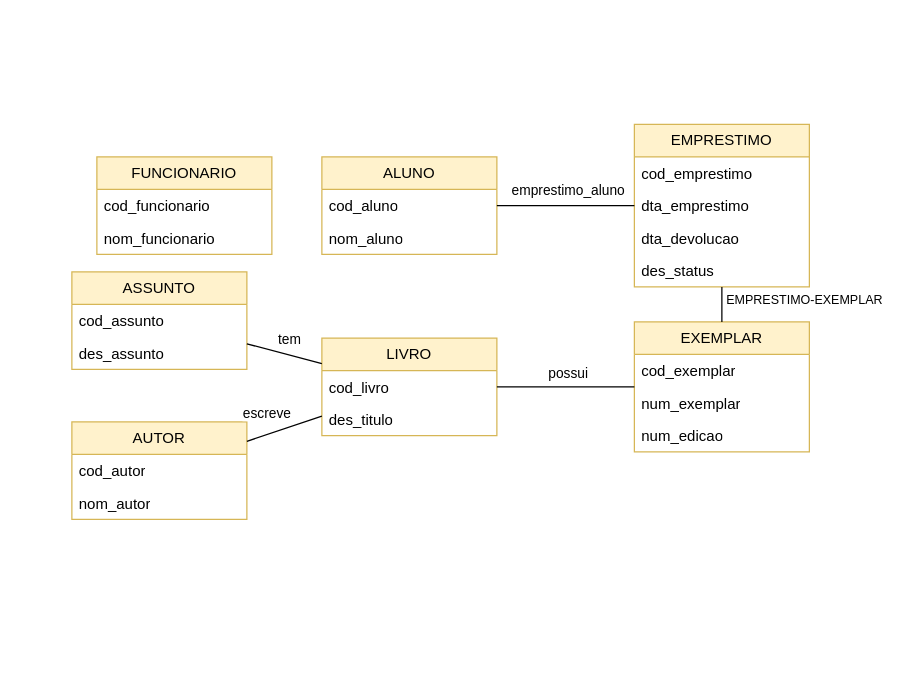
This is vendadeprodutos.drawio from NicolasKevin2/BD, a draw.io file, before an edit. Source tidied: cells renumbered, new cells numbered last; positions are measured from the earlier drawing's top-left corner, leaving out a move shared by most shapes. Both pictures are drawn from the tidied source at 125%, with x=0, y=0 at pixel (71, 124).
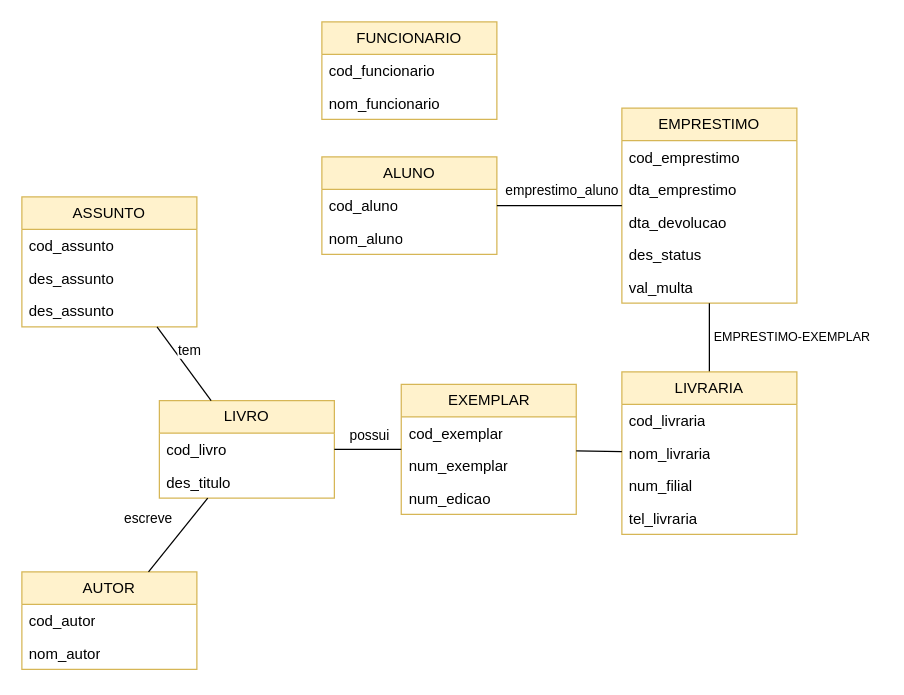
The same page after the edit.

The change refers to these unchanged cells:
```xml
<mxCell id="14" style="endArrow=none;html=1;rounded=0;" parent="1" edge="1" source="8" target="5">
  <mxGeometry relative="1" as="geometry" />
</mxCell>
```

Change to the diagram source:
```diff
@@
     <mxCell id="5" value="AUTOR" style="swimlane;fontStyle=0;horizontal=1;startSize=26;fillColor=#fff2cc;whiteSpace=wrap;html=1;strokeColor=#d6b656;" parent="1" vertex="1">
-      <mxGeometry y="238" width="140" height="78" as="geometry" />
+      <mxGeometry x="-40" y="358" width="140" height="78" as="geometry" />
     </mxCell>
@@
     <mxCell id="8" value="LIVRO" style="swimlane;fontStyle=0;horizontal=1;startSize=26;fillColor=#fff2cc;whiteSpace=wrap;html=1;strokeColor=#d6b656;" parent="1" vertex="1">
-      <mxGeometry x="200" y="171" width="140" height="78" as="geometry" />
+      <mxGeometry x="70" y="221" width="140" height="78" as="geometry" />
     </mxCell>
@@
     <mxCell id="11" value="FUNCIONARIO" style="swimlane;fontStyle=0;horizontal=1;startSize=26;fillColor=#fff2cc;whiteSpace=wrap;html=1;strokeColor=#d6b656;" parent="1" vertex="1">
-      <mxGeometry x="20" y="26" width="140" height="78" as="geometry" />
+      <mxGeometry x="200" y="-82" width="140" height="78" as="geometry" />
     </mxCell>
@@
     <mxCell id="15" value="escreve" style="edgeLabel;html=1;align=center;verticalAlign=middle;" parent="14" vertex="1">
       <mxGeometry x="-0.17" y="2" relative="1" as="geometry">
-        <mxPoint x="-20" y="-13" as="offset" />
+        <mxPoint x="-30" y="-10" as="offset" />
       </mxGeometry>
     </mxCell>
     <mxCell id="16" value="EMPRESTIMO" style="swimlane;fontStyle=0;horizontal=1;startSize=26;fillColor=#fff2cc;whiteSpace=wrap;html=1;strokeColor=#d6b656;" parent="1" vertex="1">
-      <mxGeometry x="450" width="140" height="130" as="geometry" />
+      <mxGeometry x="440" y="-13" width="140" height="156" as="geometry" />
     </mxCell>
@@
+    <mxCell id="36" value="val_multa" style="text;strokeColor=none;fillColor=none;align=left;verticalAlign=top;spacingLeft=4;spacingRight=4;overflow=hidden;whiteSpace=wrap;html=1;" parent="16" vertex="1">
+      <mxGeometry y="130" width="140" height="26" as="geometry" />
+    </mxCell>
     <mxCell id="21" value="EXEMPLAR" style="swimlane;fontStyle=0;horizontal=1;startSize=26;fillColor=#fff2cc;whiteSpace=wrap;html=1;strokeColor=#d6b656;" parent="1" vertex="1">
-      <mxGeometry x="450" y="158" width="140" height="104" as="geometry" />
+      <mxGeometry x="263.5" y="208" width="140" height="104" as="geometry" />
     </mxCell>
@@
     <mxCell id="27" value="ASSUNTO" style="swimlane;fontStyle=0;horizontal=1;startSize=26;fillColor=#fff2cc;whiteSpace=wrap;html=1;strokeColor=#d6b656;" parent="1" vertex="1">
-      <mxGeometry y="118" width="140" height="78" as="geometry" />
+      <mxGeometry x="-40" y="58" width="140" height="104" as="geometry" />
     </mxCell>
@@
+    <mxCell id="37" value="des_assunto" style="text;strokeColor=none;fillColor=none;align=left;verticalAlign=top;spacingLeft=4;spacingRight=4;overflow=hidden;whiteSpace=wrap;html=1;" parent="27" vertex="1">
+      <mxGeometry y="78" width="140" height="26" as="geometry" />
+    </mxCell>
@@
-    <mxCell id="34" style="endArrow=none;html=1;rounded=0;edgeStyle=elbowEdgeStyle;" parent="1" edge="1" source="21" target="16">
+    <mxCell id="34" style="endArrow=none;html=1;rounded=0;edgeStyle=elbowEdgeStyle;" parent="1" edge="1" source="38" target="16">
       <mxGeometry relative="1" as="geometry" />
     </mxCell>
@@
+    <mxCell id="38" value="LIVRARIA" style="swimlane;fontStyle=0;horizontal=1;startSize=26;fillColor=#fff2cc;whiteSpace=wrap;html=1;strokeColor=#d6b656;" parent="1" vertex="1">
+      <mxGeometry x="440" y="198" width="140" height="130" as="geometry" />
+    </mxCell>
+    <mxCell id="39" value="cod_livraria" style="text;strokeColor=none;fillColor=none;align=left;verticalAlign=top;spacingLeft=4;spacingRight=4;overflow=hidden;whiteSpace=wrap;html=1;" parent="38" vertex="1">
+      <mxGeometry y="26" width="140" height="26" as="geometry" />
+    </mxCell>
+    <mxCell id="40" value="nom_livraria" style="text;strokeColor=none;fillColor=none;align=left;verticalAlign=top;spacingLeft=4;spacingRight=4;overflow=hidden;whiteSpace=wrap;html=1;" parent="38" vertex="1">
+      <mxGeometry y="52" width="140" height="26" as="geometry" />
+    </mxCell>
+    <mxCell id="41" value="num_filial" style="text;strokeColor=none;fillColor=none;align=left;verticalAlign=top;spacingLeft=4;spacingRight=4;overflow=hidden;whiteSpace=wrap;html=1;" parent="38" vertex="1">
+      <mxGeometry y="78" width="140" height="26" as="geometry" />
+    </mxCell>
+    <mxCell id="42" value="tel_livraria" style="text;strokeColor=none;fillColor=none;align=left;verticalAlign=top;spacingLeft=4;spacingRight=4;overflow=hidden;whiteSpace=wrap;html=1;" parent="38" vertex="1">
+      <mxGeometry y="104" width="140" height="26" as="geometry" />
+    </mxCell>
+    <mxCell id="43" style="endArrow=none;html=1;rounded=0;" parent="1" edge="1" source="38" target="21">
+      <mxGeometry relative="1" as="geometry" />
+    </mxCell>
```
